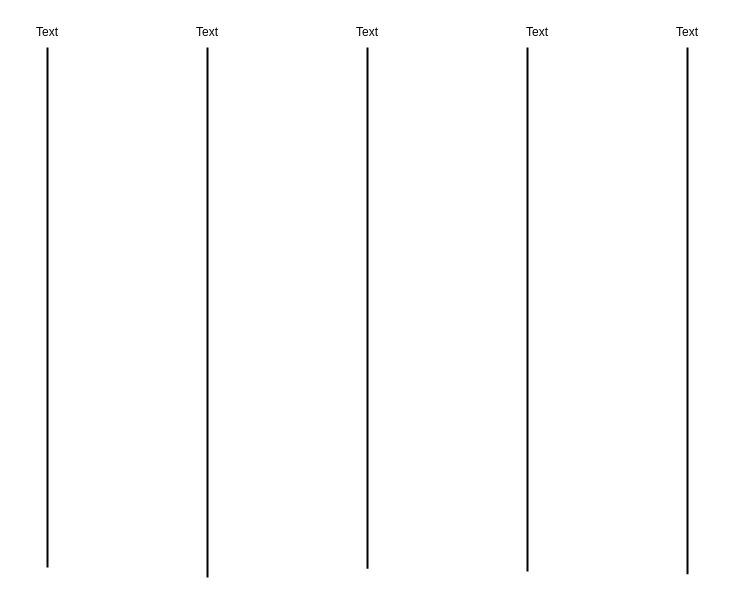
This is authentication/migrations/__pycache__/Four-wheeler.drawio from LukeNgirubiu/vendor-app, a draw.io file, before an edit. Source tidied: cells renumbered, new cells numbered last; positions are measured from the earlier drawing's top-left corner, leaving out a move shared by most shapes. Both pictures are drawn from the tidied source at 100%, with x=0, y=0 at pixel (17, 17).
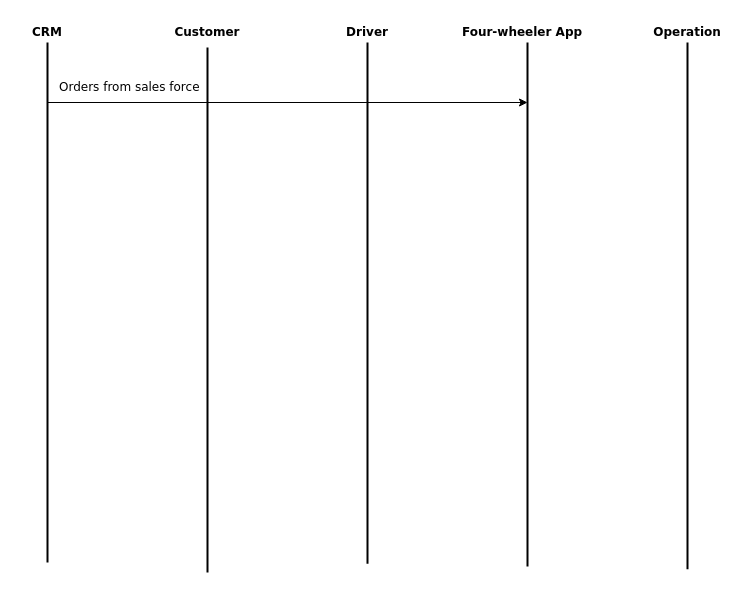
The same page after the edit.

Diff of the diagram source:
```diff
@@
 <mxGraphModel>
   <root>
     <mxCell id="0" />
     <mxCell id="1" parent="0" />
     <mxCell id="2" style="endArrow=none;html=1;rounded=0;strokeWidth=2;" parent="1" edge="1">
       <mxGeometry relative="1" as="geometry">
-        <mxPoint x="30" y="550" as="sourcePoint" />
-        <mxPoint x="30" y="30" as="targetPoint" />
+        <mxPoint x="30" y="545" as="sourcePoint" />
+        <mxPoint x="30" y="25" as="targetPoint" />
       </mxGeometry>
     </mxCell>
-    <mxCell id="3" style="endArrow=none;html=1;rounded=0;strokeWidth=2;" parent="1" edge="1">
+    <mxCell id="3" style="endArrow=none;html=1;rounded=0;strokeWidth=2;" parent="1" edge="1" target="8">
       <mxGeometry relative="1" as="geometry">
-        <mxPoint x="190" y="560" as="sourcePoint" />
-        <mxPoint x="190" y="30" as="targetPoint" />
+        <mxPoint x="190" y="555" as="sourcePoint" />
       </mxGeometry>
     </mxCell>
     <mxCell id="4" style="endArrow=none;html=1;rounded=0;strokeWidth=2;" parent="1" edge="1">
       <mxGeometry relative="1" as="geometry">
-        <mxPoint x="350" y="551.3" as="sourcePoint" />
-        <mxPoint x="350" y="30" as="targetPoint" />
+        <mxPoint x="350" y="546.3" as="sourcePoint" />
+        <mxPoint x="350" y="25" as="targetPoint" />
       </mxGeometry>
     </mxCell>
     <mxCell id="5" style="endArrow=none;html=1;rounded=0;strokeWidth=2;" parent="1" edge="1">
       <mxGeometry relative="1" as="geometry">
-        <mxPoint x="510" y="554" as="sourcePoint" />
-        <mxPoint x="510" y="30" as="targetPoint" />
+        <mxPoint x="510" y="549" as="sourcePoint" />
+        <mxPoint x="510" y="25" as="targetPoint" />
       </mxGeometry>
     </mxCell>
     <mxCell id="6" style="endArrow=none;html=1;rounded=0;strokeWidth=2;" parent="1" edge="1">
       <mxGeometry relative="1" as="geometry">
-        <mxPoint x="670" y="556.7" as="sourcePoint" />
-        <mxPoint x="670" y="30" as="targetPoint" />
+        <mxPoint x="670" y="551.7" as="sourcePoint" />
+        <mxPoint x="670" y="25" as="targetPoint" />
       </mxGeometry>
     </mxCell>
-    <mxCell id="7" value="Text" style="text;html=1;align=center;verticalAlign=middle;whiteSpace=wrap;rounded=0;" parent="1" vertex="1">
+    <mxCell id="7" value="&lt;font face=&quot;Verdana&quot;&gt;&lt;b&gt;CRM&lt;/b&gt;&lt;/font&gt;" style="text;html=1;align=center;verticalAlign=middle;whiteSpace=wrap;rounded=0;" parent="1" vertex="1">
       <mxGeometry width="60" height="30" as="geometry" />
     </mxCell>
-    <mxCell id="8" value="Text" style="text;html=1;align=center;verticalAlign=middle;whiteSpace=wrap;rounded=0;" parent="1" vertex="1">
+    <mxCell id="8" value="&lt;font face=&quot;Verdana&quot;&gt;&lt;b&gt;Customer&lt;/b&gt;&lt;/font&gt;" style="text;html=1;align=center;verticalAlign=middle;whiteSpace=wrap;rounded=0;" parent="1" vertex="1">
       <mxGeometry x="160" width="60" height="30" as="geometry" />
     </mxCell>
-    <mxCell id="9" value="Text" style="text;html=1;align=center;verticalAlign=middle;whiteSpace=wrap;rounded=0;" parent="1" vertex="1">
+    <mxCell id="9" value="&lt;b&gt;&lt;font face=&quot;Verdana&quot;&gt;Driver&lt;/font&gt;&lt;/b&gt;" style="text;html=1;align=center;verticalAlign=middle;whiteSpace=wrap;rounded=0;" parent="1" vertex="1">
       <mxGeometry x="320" width="60" height="30" as="geometry" />
     </mxCell>
-    <mxCell id="10" value="Text" style="text;html=1;align=center;verticalAlign=middle;whiteSpace=wrap;rounded=0;" parent="1" vertex="1">
-      <mxGeometry x="490" width="60" height="30" as="geometry" />
+    <mxCell id="10" value="&lt;font face=&quot;Verdana&quot;&gt;&lt;b&gt;Four-wheeler App&lt;/b&gt;&lt;/font&gt;" style="text;html=1;align=center;verticalAlign=middle;whiteSpace=wrap;rounded=0;" parent="1" vertex="1">
+      <mxGeometry x="420" width="170" height="30" as="geometry" />
     </mxCell>
-    <mxCell id="11" value="Text" style="text;html=1;align=center;verticalAlign=middle;whiteSpace=wrap;rounded=0;" parent="1" vertex="1">
+    <mxCell id="11" value="&lt;b&gt;&lt;font face=&quot;Verdana&quot;&gt;Operation&lt;/font&gt;&lt;/b&gt;" style="text;html=1;align=center;verticalAlign=middle;whiteSpace=wrap;rounded=0;" parent="1" vertex="1">
       <mxGeometry x="640" width="60" height="30" as="geometry" />
     </mxCell>
+    <mxCell id="12" style="endArrow=classic;html=1;rounded=0;" parent="1" edge="1">
+      <mxGeometry relative="1" as="geometry">
+        <mxPoint x="30" y="85" as="sourcePoint" />
+        <mxPoint x="510" y="85" as="targetPoint" />
+      </mxGeometry>
+    </mxCell>
+    <mxCell id="13" value="&lt;font face=&quot;Verdana&quot;&gt;Orders from sales force&lt;/font&gt;" style="text;html=1;align=left;verticalAlign=middle;whiteSpace=wrap;rounded=0;" parent="1" vertex="1">
+      <mxGeometry x="40" y="55" width="180" height="30" as="geometry" />
+    </mxCell>
   </root>
 </mxGraphModel>
```
